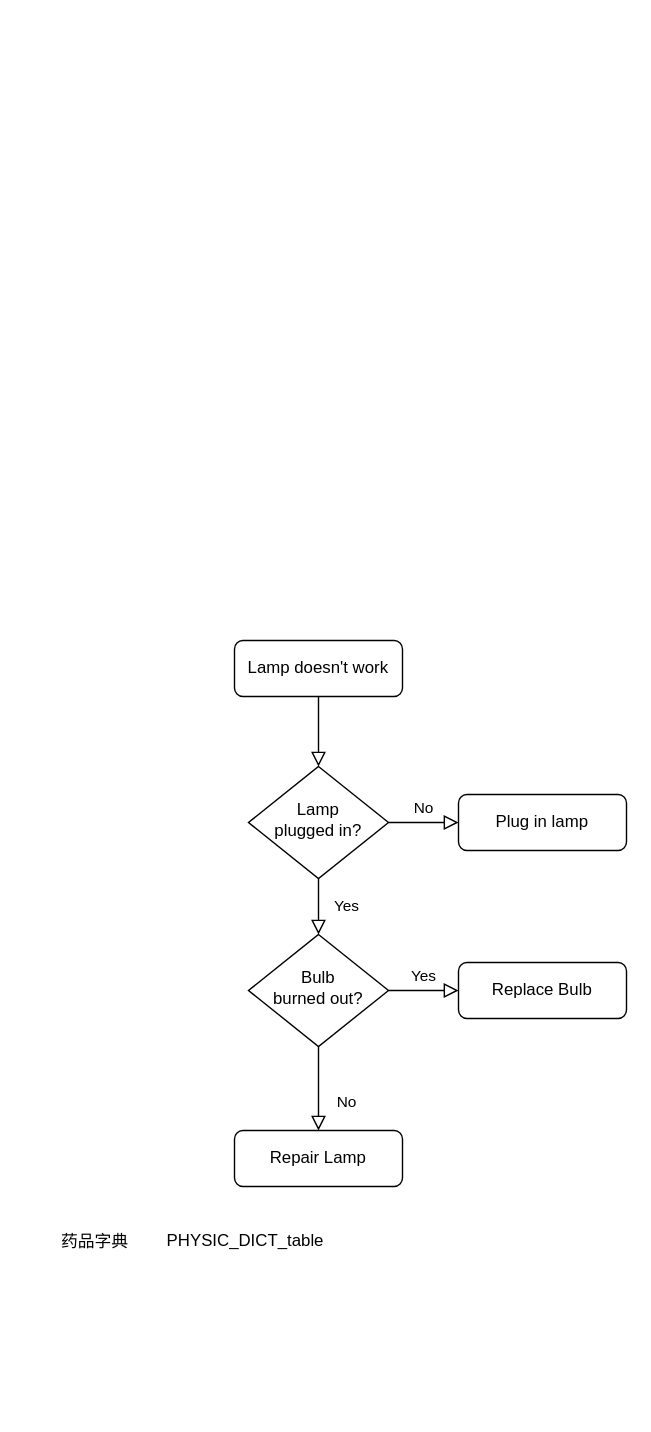
Earlier version of the draw.io diagram Untitled Diagram.drawio (hooo/test). Source tidied: cells renumbered, new cells numbered last; positions are measured from the earlier drawing's top-left corner, leaving out a move shared by most shapes. Both pictures are drawn from the tidied source at 140%, with x=0, y=0 at pixel (24, 640).
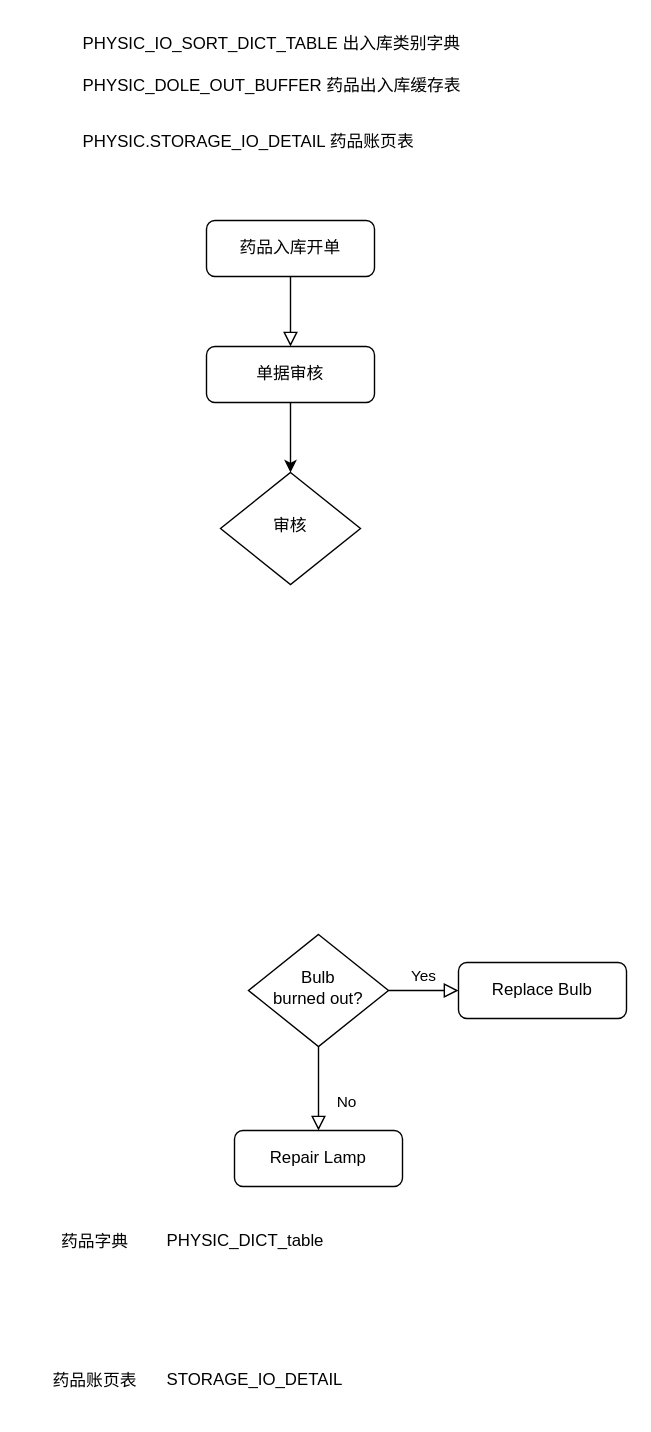
Above is the later version.

Change to the diagram source:
```diff
@@
 <mxGraphModel>
   <root>
     <mxCell id="0" />
     <mxCell id="1" parent="0" />
-    <mxCell id="2" style="rounded=0;html=1;jettySize=auto;fontSize=11;endArrow=block;endFill=0;endSize=8;strokeWidth=1;shadow=0;labelBackgroundColor=none;edgeStyle=orthogonalEdgeStyle;" parent="1" edge="1" source="3" target="6">
-      <mxGeometry relative="1" as="geometry" />
+    <mxCell id="2" style="rounded=0;html=1;jettySize=auto;fontSize=11;endArrow=block;endFill=0;endSize=8;strokeWidth=1;shadow=0;labelBackgroundColor=none;edgeStyle=orthogonalEdgeStyle;" parent="1" edge="1" source="3">
+      <mxGeometry relative="1" as="geometry">
+        <mxPoint x="190" y="-210" as="targetPoint" />
+      </mxGeometry>
     </mxCell>
-    <mxCell id="3" value="Lamp doesn't work" style="rounded=1;whiteSpace=wrap;html=1;fontSize=12;glass=0;strokeWidth=1;shadow=0;" parent="1" vertex="1">
-      <mxGeometry x="150" width="120" height="40" as="geometry" />
+    <mxCell id="3" value="药品入库开单" style="rounded=1;whiteSpace=wrap;html=1;fontSize=12;glass=0;strokeWidth=1;shadow=0;" parent="1" vertex="1">
+      <mxGeometry x="130" y="-300" width="120" height="40" as="geometry" />
     </mxCell>
-    <mxCell id="4" value="Yes" style="rounded=0;html=1;jettySize=auto;fontSize=11;endArrow=block;endFill=0;endSize=8;strokeWidth=1;shadow=0;labelBackgroundColor=none;edgeStyle=orthogonalEdgeStyle;" parent="1" edge="1" source="6" target="10">
-      <mxGeometry y="20" relative="1" as="geometry" />
-    </mxCell>
-    <mxCell id="5" value="No" style="edgeStyle=orthogonalEdgeStyle;rounded=0;html=1;jettySize=auto;fontSize=11;endArrow=block;endFill=0;endSize=8;strokeWidth=1;shadow=0;labelBackgroundColor=none;" parent="1" edge="1" source="6" target="7">
-      <mxGeometry y="10" relative="1" as="geometry" />
-    </mxCell>
-    <mxCell id="6" value="Lamp&lt;br&gt;plugged in?" style="rhombus;whiteSpace=wrap;html=1;shadow=0;fontFamily=Helvetica;fontSize=12;align=center;strokeWidth=1;spacing=6;spacingTop=-4;" parent="1" vertex="1">
-      <mxGeometry x="160" y="90" width="100" height="80" as="geometry" />
-    </mxCell>
-    <mxCell id="7" value="Plug in lamp" style="rounded=1;whiteSpace=wrap;html=1;fontSize=12;glass=0;strokeWidth=1;shadow=0;" parent="1" vertex="1">
-      <mxGeometry x="310" y="110" width="120" height="40" as="geometry" />
-    </mxCell>
     <mxCell id="8" value="No" style="rounded=0;html=1;jettySize=auto;fontSize=11;endArrow=block;endFill=0;endSize=8;strokeWidth=1;shadow=0;labelBackgroundColor=none;edgeStyle=orthogonalEdgeStyle;" parent="1" edge="1" source="10" target="11">
       <mxGeometry x="0.33" y="20" relative="1" as="geometry" />
     </mxCell>
     <mxCell id="9" value="Yes" style="edgeStyle=orthogonalEdgeStyle;rounded=0;html=1;jettySize=auto;fontSize=11;endArrow=block;endFill=0;endSize=8;strokeWidth=1;shadow=0;labelBackgroundColor=none;" parent="1" edge="1" source="10" target="12">
       <mxGeometry y="10" relative="1" as="geometry" />
     </mxCell>
     <mxCell id="10" value="Bulb&lt;br&gt;burned out?" style="rhombus;whiteSpace=wrap;html=1;shadow=0;fontFamily=Helvetica;fontSize=12;align=center;strokeWidth=1;spacing=6;spacingTop=-4;" parent="1" vertex="1">
       <mxGeometry x="160" y="210" width="100" height="80" as="geometry" />
     </mxCell>
     <mxCell id="11" value="Repair Lamp" style="rounded=1;whiteSpace=wrap;html=1;fontSize=12;glass=0;strokeWidth=1;shadow=0;" parent="1" vertex="1">
       <mxGeometry x="150" y="350" width="120" height="40" as="geometry" />
     </mxCell>
     <mxCell id="12" value="Replace Bulb" style="rounded=1;whiteSpace=wrap;html=1;fontSize=12;glass=0;strokeWidth=1;shadow=0;" parent="1" vertex="1">
       <mxGeometry x="310" y="230" width="120" height="40" as="geometry" />
     </mxCell>
     <mxCell id="13" value="药品字典" style="text;strokeColor=none;fillColor=none;html=1;fontSize=12;fontStyle=0;verticalAlign=middle;align=center;" parent="1" vertex="1">
       <mxGeometry y="410" width="100" height="40" as="geometry" />
     </mxCell>
     <mxCell id="14" value="PHYSIC_DICT_table" style="text;whiteSpace=wrap;html=1;fontSize=12;" parent="1" vertex="1">
       <mxGeometry x="100" y="415" width="140" height="30" as="geometry" />
     </mxCell>
+    <mxCell id="15" value="STORAGE_IO_DETAIL" style="text;whiteSpace=wrap;html=1;" parent="1" vertex="1">
+      <mxGeometry x="100" y="514" width="150" height="30" as="geometry" />
+    </mxCell>
+    <mxCell id="16" value="药品账页表" style="text;strokeColor=none;fillColor=none;html=1;fontSize=12;fontStyle=0;verticalAlign=middle;align=center;" parent="1" vertex="1">
+      <mxGeometry y="509" width="100" height="40" as="geometry" />
+    </mxCell>
+    <mxCell id="17" value="单据审核" style="rounded=1;whiteSpace=wrap;html=1;fontSize=12;glass=0;strokeWidth=1;shadow=0;" parent="1" vertex="1">
+      <mxGeometry x="130" y="-210" width="120" height="40" as="geometry" />
+    </mxCell>
+    <mxCell id="18" value="审核" style="rhombus;whiteSpace=wrap;html=1;shadow=0;fontFamily=Helvetica;fontSize=12;align=center;strokeWidth=1;spacing=6;spacingTop=-4;" parent="1" vertex="1">
+      <mxGeometry x="140" y="-120" width="100" height="80" as="geometry" />
+    </mxCell>
+    <mxCell id="19" style="endArrow=classic;html=1;rounded=0;entryX=0.5;entryY=0;entryDx=0;entryDy=0;exitX=0.5;exitY=1;exitDx=0;exitDy=0;" parent="1" edge="1" source="17" target="18">
+      <mxGeometry relative="1" as="geometry" />
+    </mxCell>
+    <mxCell id="20" value="PHYSIC_IO_SORT_DICT_TABLE 出入库类别字典" style="text;whiteSpace=wrap;html=1;" parent="1" vertex="1">
+      <mxGeometry x="40" y="-440" width="290" height="30" as="geometry" />
+    </mxCell>
+    <mxCell id="21" value="PHYSIC_DOLE_OUT_BUFFER 药品出入库缓存表" style="text;whiteSpace=wrap;html=1;" parent="1" vertex="1">
+      <mxGeometry x="40" y="-410" width="280" height="30" as="geometry" />
+    </mxCell>
+    <mxCell id="22" value="PHYSIC.STORAGE_IO_DETAIL 药品账页表" style="text;whiteSpace=wrap;html=1;" parent="1" vertex="1">
+      <mxGeometry x="40" y="-370" width="260" height="30" as="geometry" />
+    </mxCell>
   </root>
 </mxGraphModel>
```
